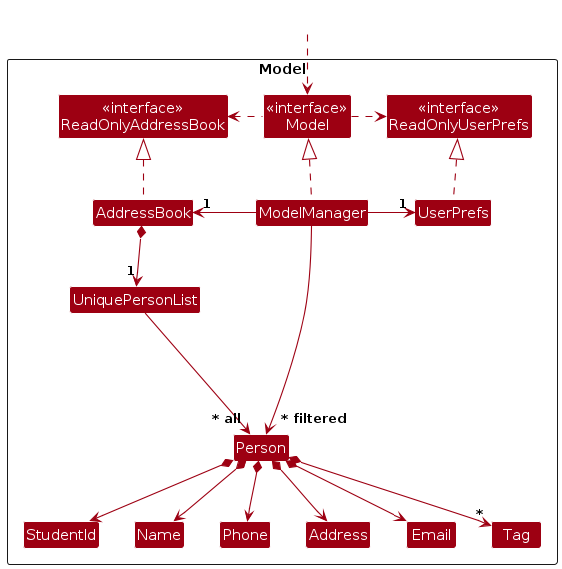
The PlantUML diagram diagrams/ModelClassDiagram.png in AY2627S1-CS2103T-F12-1/tp, before a commit. Its source is kept beside it as diagrams/ModelClassDiagram.puml. Its diagram source:
```plantuml
@startuml
!include style.puml
skinparam arrowThickness 1.1
skinparam arrowColor MODEL_COLOR
skinparam classBackgroundColor MODEL_COLOR

Package Model as ModelPackage <<Rectangle>>{
Class "<<interface>>\nReadOnlyAddressBook" as ReadOnlyAddressBook
Class "<<interface>>\nReadOnlyUserPrefs" as ReadOnlyUserPrefs
Class "<<interface>>\nModel" as Model
Class AddressBook
Class ModelManager
Class UserPrefs

Class UniquePersonList
Class Person
Class Address
Class Email
Class Name
Class Phone
Class StudentId
Class Tag

Class I #FFFFFF
}

Class HiddenOutside #FFFFFF
HiddenOutside ..> Model

AddressBook .up.|> ReadOnlyAddressBook

ModelManager .up.|> Model
Model .right.> ReadOnlyUserPrefs
Model .left.> ReadOnlyAddressBook
ModelManager -left-> "1" AddressBook
ModelManager -right-> "1" UserPrefs
UserPrefs .up.|> ReadOnlyUserPrefs

AddressBook *--> "1" UniquePersonList
UniquePersonList --> "~* all" Person
Person *--> Name
Person *--> StudentId
Person *--> Phone
Person *--> Email
Person *--> Address
Person *--> "*" Tag

Person -[hidden]up--> I
UniquePersonList -[hidden]right-> I

Name -[hidden]right-> Phone
StudentId -[hidden]right-> Name
Phone -[hidden]right-> Address
Address -[hidden]right-> Email

ModelManager --> "~* filtered" Person
@enduml
```
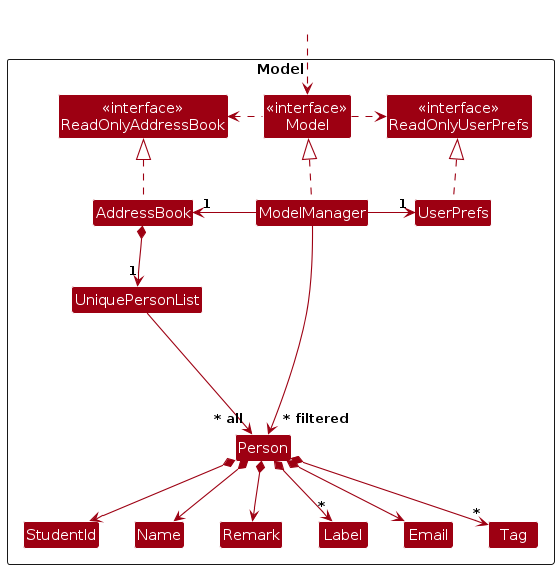
Later version of the same file.

Diff of the diagram source:
```diff
@@ -14,12 +14,12 @@
 
 Class UniquePersonList
 Class Person
-Class Address
 Class Email
 Class Name
-Class Phone
+Class Remark
 Class StudentId
 Class Tag
+Class Label
 
 Class I #FFFFFF
 }
@@ -40,18 +40,18 @@
 UniquePersonList --> "~* all" Person
 Person *--> Name
 Person *--> StudentId
-Person *--> Phone
 Person *--> Email
-Person *--> Address
+Person *--> Remark
 Person *--> "*" Tag
+Person *--> "*" Label
 
 Person -[hidden]up--> I
 UniquePersonList -[hidden]right-> I
 
-Name -[hidden]right-> Phone
+Name -[hidden]right-> Remark
 StudentId -[hidden]right-> Name
-Phone -[hidden]right-> Address
-Address -[hidden]right-> Email
+Remark -[hidden]right-> Label
+Label -[hidden]right-> Email
 
 ModelManager --> "~* filtered" Person
 @enduml
```
